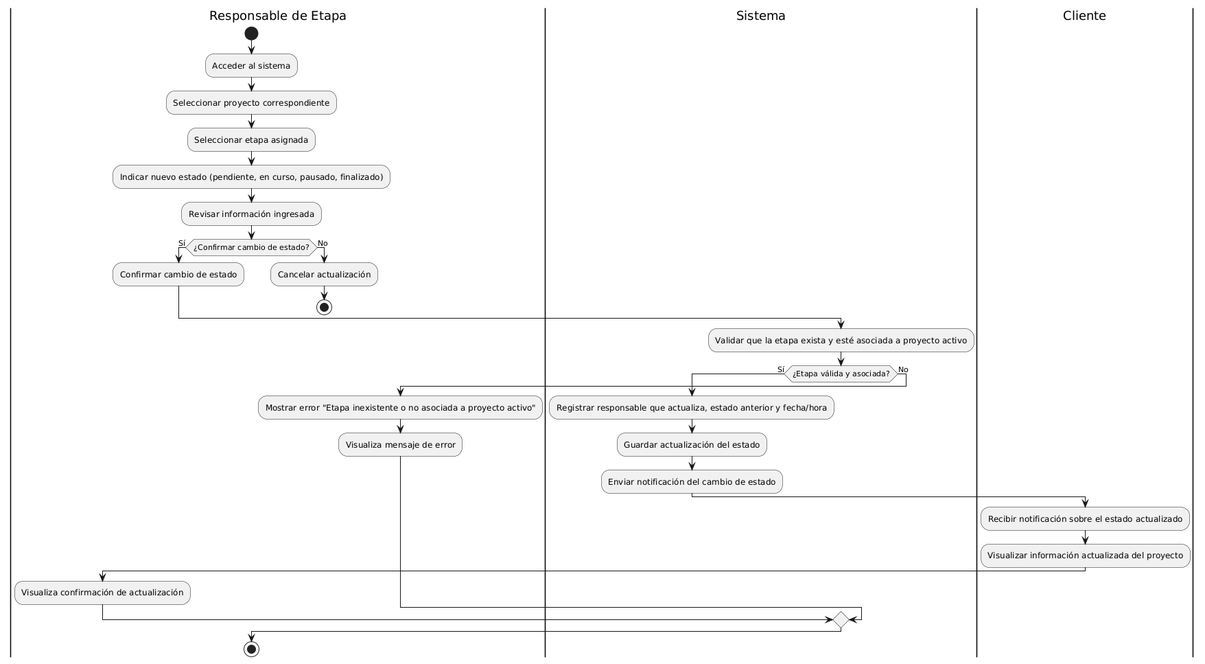
Earlier version of the PlantUML export diagramas/04-diagramas-actividades/04-actividad-actualizar-estado-caso-uso-02.png (9919-Mili/SistemaProductoraVideos).
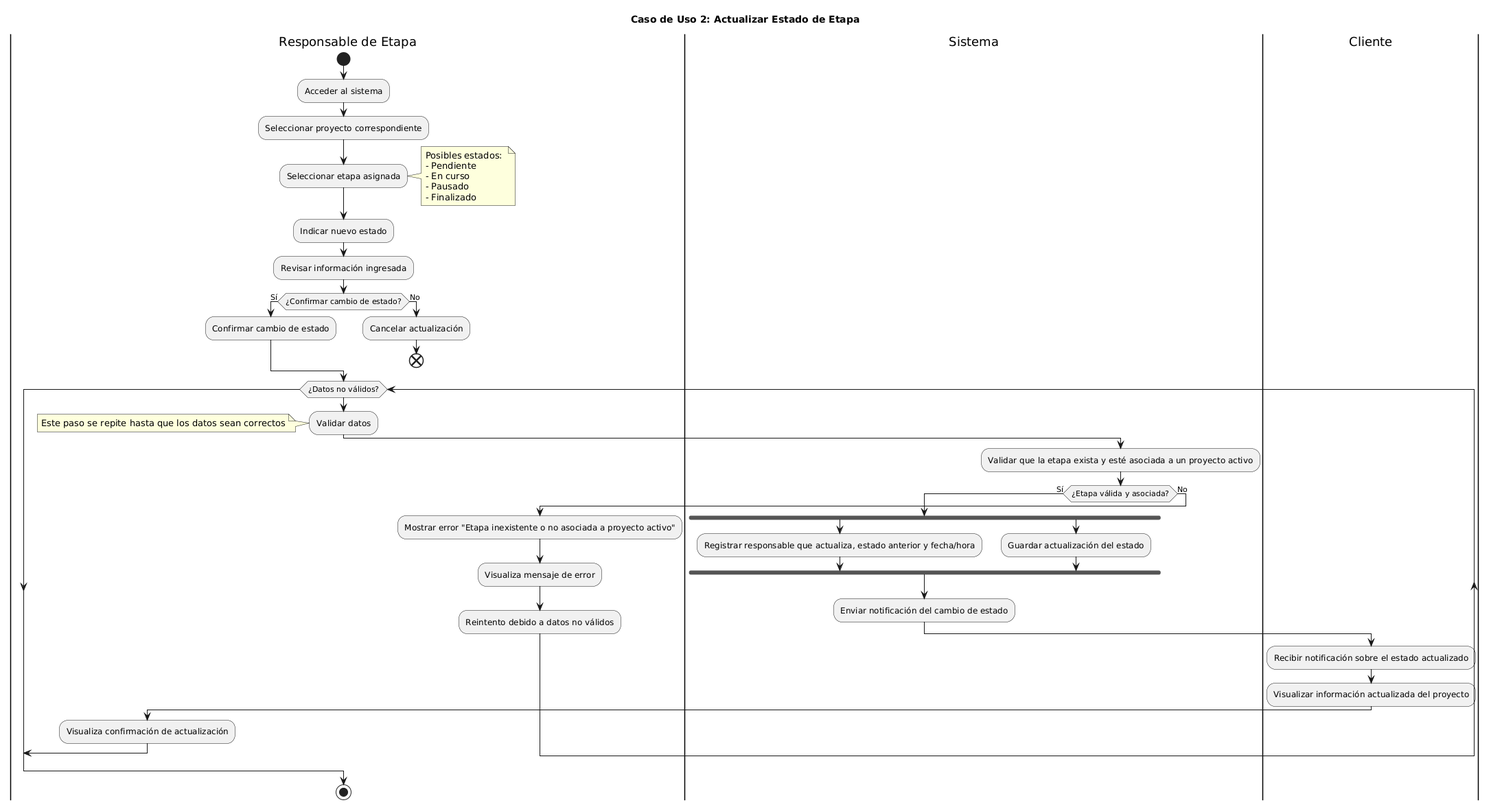
Later version of the same file.

Change to the diagram source:
```diff
@@ -1,34 +1,59 @@
 @startuml
+title Caso de Uso 2: Actualizar Estado de Etapa
+
 |Responsable de Etapa|
 start
 :Acceder al sistema;
 :Seleccionar proyecto correspondiente;
 :Seleccionar etapa asignada;
-:Indicar nuevo estado (pendiente, en curso, pausado, finalizado);
+
+note right
+Posibles estados:
+- Pendiente
+- En curso
+- Pausado
+- Finalizado
+end note
+
+:Indicar nuevo estado;
 :Revisar información ingresada;
+
 if (¿Confirmar cambio de estado?) then (Sí)
   :Confirmar cambio de estado;
 else (No)
   :Cancelar actualización;
-  stop
+  end
 endif
 
-|Sistema|
-:Validar que la etapa exista y esté asociada a proyecto activo;
-if (¿Etapa válida y asociada?) then (Sí)
-  :Registrar responsable que actualiza, estado anterior y fecha/hora;
-  :Guardar actualización del estado;
-  :Enviar notificación del cambio de estado;
-  |Cliente|
-  :Recibir notificación sobre el estado actualizado;
-  :Visualizar información actualizada del proyecto;
-  |Responsable de Etapa|
-  :Visualiza confirmación de actualización;
-else (No)
-  :Mostrar error "Etapa inexistente o no asociada a proyecto activo";
-  |Responsable de Etapa|
-  :Visualiza mensaje de error;
-endif
+while (¿Datos no válidos?)
+:Validar datos;
+  note
+  Este paso se repite hasta que los datos sean correctos
+  end note
+  |Sistema|
+  :Validar que la etapa exista y esté asociada a un proyecto activo;
+  if (¿Etapa válida y asociada?) then (Sí)
+    fork
+      :Registrar responsable que actualiza, estado anterior y fecha/hora;
+    fork again
+      :Guardar actualización del estado;
+    end fork
+
+    :Enviar notificación del cambio de estado;
+
+    |Cliente|
+    :Recibir notificación sobre el estado actualizado;
+    :Visualizar información actualizada del proyecto;
+
+    |Responsable de Etapa|
+    :Visualiza confirmación de actualización;
+    break
+  else (No)
+    :Mostrar error "Etapa inexistente o no asociada a proyecto activo";
+    :Visualiza mensaje de error;
+    :Reintento debido a datos no válidos;
+  endif
+endwhile
 
 stop
 @enduml
```
